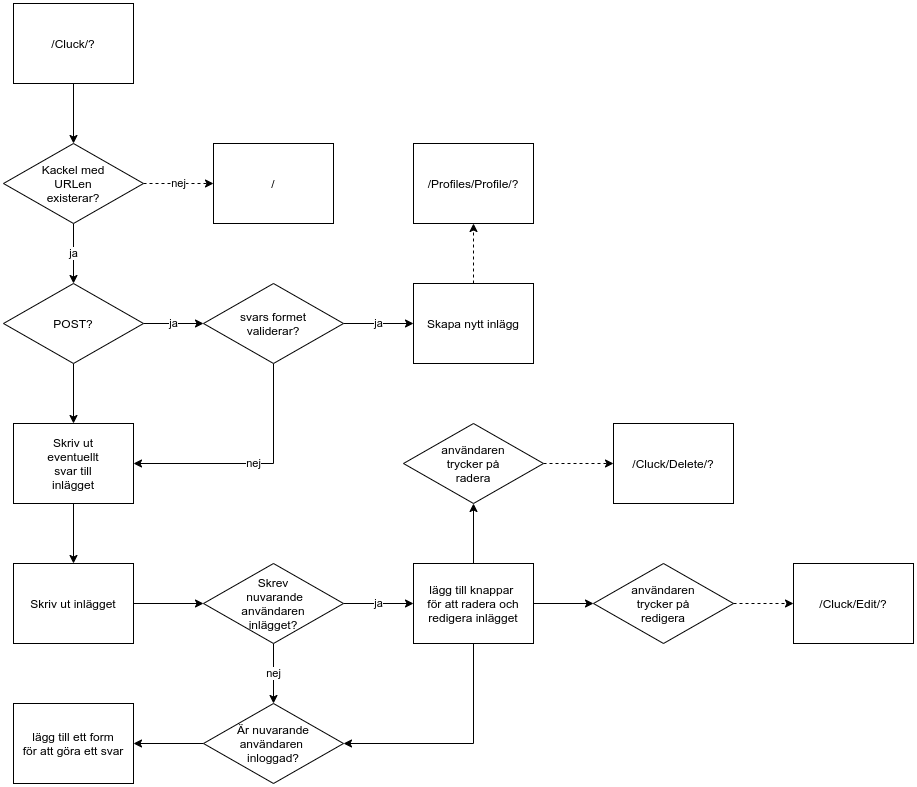
EliasEriksson/miun keeps this draw.io diagram as webbutveckling/Webbutveckling2/Moment/Moment4/Diagrams/Flowcharts/flowCluck.png. Above is the earlier version. Source tidied: cells renumbered, new cells last; positions are measured from the earlier drawing's top-left corner, leaving out a move shared by most shapes.
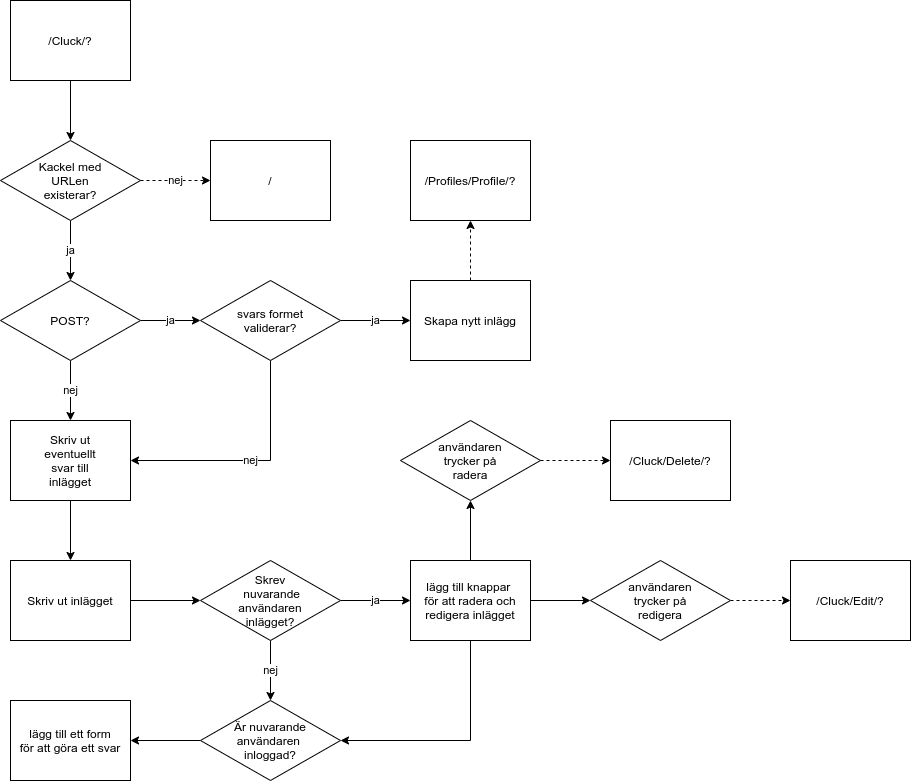
The same file after the commit.

What changed in the source:
```diff
@@ -20,7 +20,7 @@
     <mxCell id="7" value="ja" style="edgeStyle=orthogonalEdgeStyle;rounded=0;jettySize=auto;html=1;" parent="1" edge="1" source="9" target="13">
       <mxGeometry relative="1" as="geometry" />
     </mxCell>
-    <mxCell id="8" style="edgeStyle=orthogonalEdgeStyle;rounded=0;jettySize=auto;html=1;" parent="1" edge="1" source="9" target="18">
+    <mxCell id="8" value="nej" style="edgeStyle=orthogonalEdgeStyle;rounded=0;jettySize=auto;html=1;" parent="1" edge="1" source="9" target="18">
       <mxGeometry relative="1" as="geometry" />
     </mxCell>
     <mxCell id="9" value="POST?" style="rhombus;whiteSpace=wrap;html=1;rounded=0;" parent="1" vertex="1">
```
